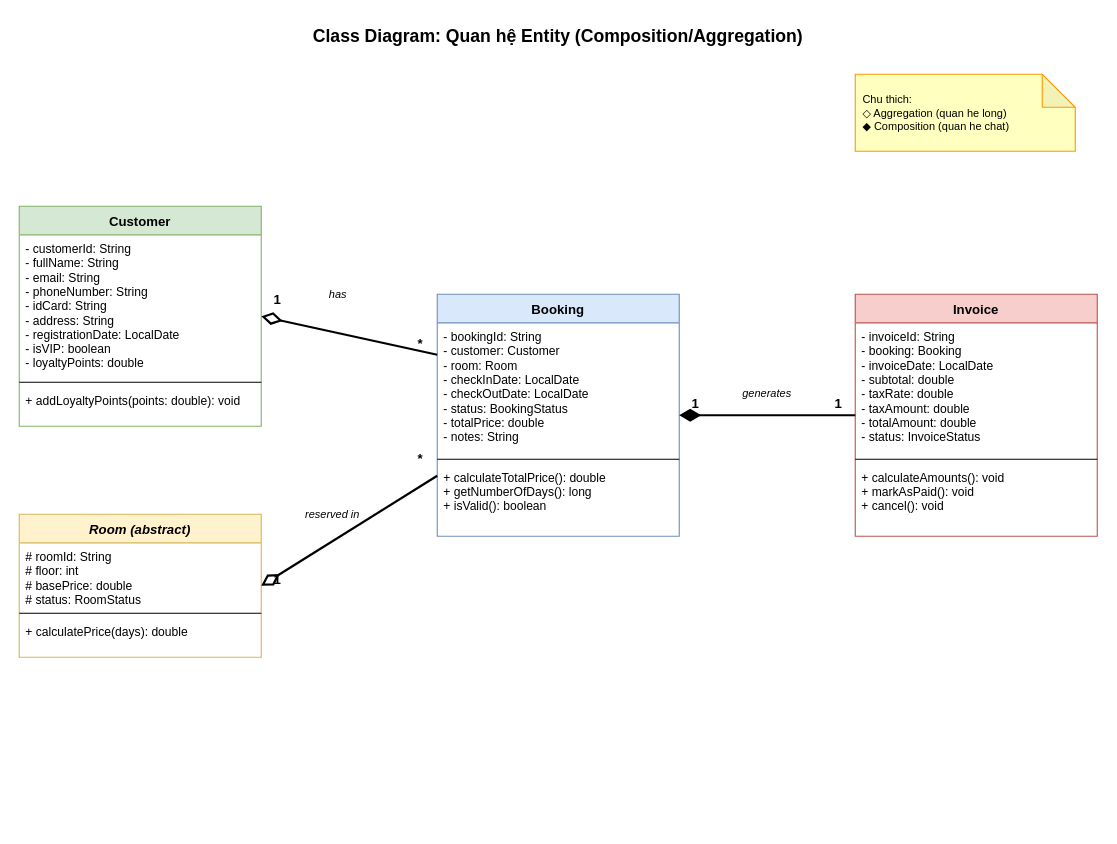
The draw.io diagram docs/diagrams/ClassDiagramEntity.drawio in IvanLyVodka11/hotel-management, before the edit. Source tidied: cells renumbered, new cells numbered last; positions are measured from the earlier drawing's top-left corner, leaving out a move shared by most shapes. Both pictures are drawn from the tidied source at 110%, with x=0, y=0 at pixel (19, 19).
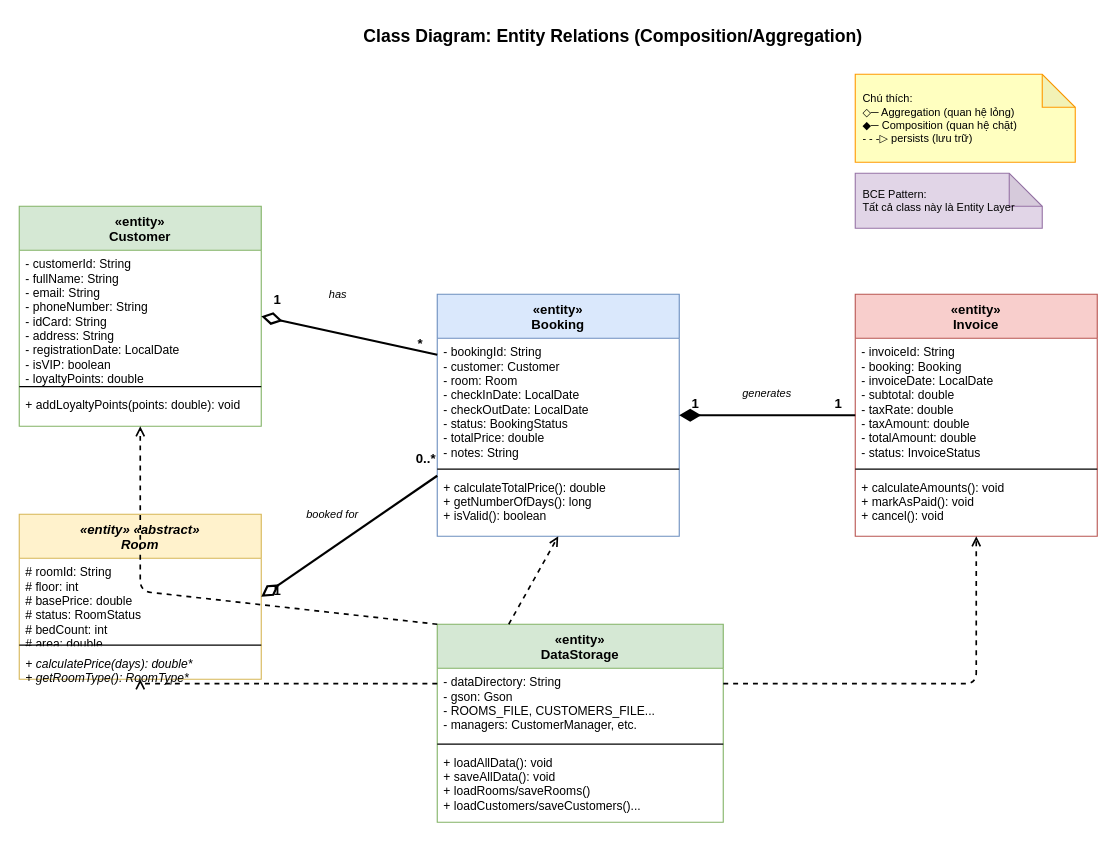
Above is the later version.

What changed in the source:
```diff
@@
-    <mxCell id="2" value="Class Diagram: Quan hệ Entity (Composition/Aggregation)" style="text;html=1;strokeColor=none;fillColor=none;align=center;verticalAlign=middle;whiteSpace=wrap;rounded=0;fontSize=16;fontStyle=1;" parent="1" vertex="1">
-      <mxGeometry x="240" width="500" height="30" as="geometry" />
+    <mxCell id="2" value="Class Diagram: Entity Relations (Composition/Aggregation)" style="text;html=1;strokeColor=none;fillColor=none;align=center;verticalAlign=middle;whiteSpace=wrap;rounded=0;fontSize=16;fontStyle=1;" parent="1" vertex="1">
+      <mxGeometry x="290" width="500" height="30" as="geometry" />
     </mxCell>
-    <mxCell id="3" value="Customer" style="swimlane;fontStyle=1;align=center;verticalAlign=top;horizontal=1;startSize=26;fillColor=#d5e8d4;strokeColor=#82b366;fontSize=12;" parent="1" vertex="1">
+    <mxCell id="3" value="«entity»&#10;Customer" style="swimlane;fontStyle=1;align=center;verticalAlign=top;horizontal=1;startSize=40;fillColor=#d5e8d4;strokeColor=#82b366;fontSize=12;" parent="1" vertex="1">
       <mxGeometry y="170" width="220" height="200" as="geometry" />
     </mxCell>
     <mxCell id="4" value="- customerId: String&#10;- fullName: String&#10;- email: String&#10;- phoneNumber: String&#10;- idCard: String&#10;- address: String&#10;- registrationDate: LocalDate&#10;- isVIP: boolean&#10;- loyaltyPoints: double" style="text;strokeColor=none;fillColor=none;align=left;verticalAlign=top;spacingLeft=4;spacingRight=4;overflow=hidden;fontSize=11;" parent="3" vertex="1">
-      <mxGeometry y="26" width="220" height="130" as="geometry" />
+      <mxGeometry y="40" width="220" height="120" as="geometry" />
     </mxCell>
     <mxCell id="5" style="line;strokeWidth=1;fillColor=none;align=left;verticalAlign=middle;spacingTop=-1;spacingLeft=3;spacingRight=3;labelPosition=right;" parent="3" vertex="1">
-      <mxGeometry y="156" width="220" height="8" as="geometry" />
+      <mxGeometry y="160" width="220" height="8" as="geometry" />
     </mxCell>
     <mxCell id="6" value="+ addLoyaltyPoints(points: double): void" style="text;strokeColor=none;fillColor=none;align=left;verticalAlign=top;spacingLeft=4;spacingRight=4;overflow=hidden;fontSize=11;" parent="3" vertex="1">
-      <mxGeometry y="164" width="220" height="36" as="geometry" />
+      <mxGeometry y="168" width="220" height="32" as="geometry" />
     </mxCell>
-    <mxCell id="7" value="Room (abstract)" style="swimlane;fontStyle=3;align=center;verticalAlign=top;horizontal=1;startSize=26;fillColor=#fff2cc;strokeColor=#d6b656;fontSize=12;" parent="1" vertex="1">
-      <mxGeometry y="450" width="220" height="130" as="geometry" />
+    <mxCell id="7" value="«entity» «abstract»&#10;Room" style="swimlane;fontStyle=3;align=center;verticalAlign=top;horizontal=1;startSize=40;fillColor=#fff2cc;strokeColor=#d6b656;fontSize=12;" parent="1" vertex="1">
+      <mxGeometry y="450" width="220" height="150" as="geometry" />
     </mxCell>
-    <mxCell id="8" value="# roomId: String&#10;# floor: int&#10;# basePrice: double&#10;# status: RoomStatus" style="text;strokeColor=none;fillColor=none;align=left;verticalAlign=top;spacingLeft=4;spacingRight=4;overflow=hidden;fontSize=11;" parent="7" vertex="1">
-      <mxGeometry y="26" width="220" height="60" as="geometry" />
+    <mxCell id="8" value="# roomId: String&#10;# floor: int&#10;# basePrice: double&#10;# status: RoomStatus&#10;# bedCount: int&#10;# area: double" style="text;strokeColor=none;fillColor=none;align=left;verticalAlign=top;spacingLeft=4;spacingRight=4;overflow=hidden;fontSize=11;" parent="7" vertex="1">
+      <mxGeometry y="40" width="220" height="75" as="geometry" />
     </mxCell>
     <mxCell id="9" style="line;strokeWidth=1;fillColor=none;align=left;verticalAlign=middle;spacingTop=-1;spacingLeft=3;spacingRight=3;labelPosition=right;" parent="7" vertex="1">
-      <mxGeometry y="86" width="220" height="8" as="geometry" />
+      <mxGeometry y="115" width="220" height="8" as="geometry" />
     </mxCell>
-    <mxCell id="10" value="+ calculatePrice(days): double" style="text;strokeColor=none;fillColor=none;align=left;verticalAlign=top;spacingLeft=4;spacingRight=4;overflow=hidden;fontSize=11;" parent="7" vertex="1">
-      <mxGeometry y="94" width="220" height="36" as="geometry" />
+    <mxCell id="10" value="+ calculatePrice(days): double*&#10;+ getRoomType(): RoomType*" style="text;strokeColor=none;fillColor=none;align=left;verticalAlign=top;spacingLeft=4;spacingRight=4;overflow=hidden;fontSize=11;fontStyle=2;" parent="7" vertex="1">
+      <mxGeometry y="123" width="220" height="27" as="geometry" />
     </mxCell>
-    <mxCell id="11" value="Booking" style="swimlane;fontStyle=1;align=center;verticalAlign=top;horizontal=1;startSize=26;fillColor=#dae8fc;strokeColor=#6c8ebf;fontSize=12;" parent="1" vertex="1">
+    <mxCell id="11" value="«entity»&#10;Booking" style="swimlane;fontStyle=1;align=center;verticalAlign=top;horizontal=1;startSize=40;fillColor=#dae8fc;strokeColor=#6c8ebf;fontSize=12;" parent="1" vertex="1">
       <mxGeometry x="380" y="250" width="220" height="220" as="geometry" />
     </mxCell>
     <mxCell id="12" value="- bookingId: String&#10;- customer: Customer&#10;- room: Room&#10;- checkInDate: LocalDate&#10;- checkOutDate: LocalDate&#10;- status: BookingStatus&#10;- totalPrice: double&#10;- notes: String" style="text;strokeColor=none;fillColor=none;align=left;verticalAlign=top;spacingLeft=4;spacingRight=4;overflow=hidden;fontSize=11;" parent="11" vertex="1">
-      <mxGeometry y="26" width="220" height="120" as="geometry" />
+      <mxGeometry y="40" width="220" height="115" as="geometry" />
     </mxCell>
     <mxCell id="13" style="line;strokeWidth=1;fillColor=none;align=left;verticalAlign=middle;spacingTop=-1;spacingLeft=3;spacingRight=3;labelPosition=right;" parent="11" vertex="1">
-      <mxGeometry y="146" width="220" height="8" as="geometry" />
+      <mxGeometry y="155" width="220" height="8" as="geometry" />
     </mxCell>
     <mxCell id="14" value="+ calculateTotalPrice(): double&#10;+ getNumberOfDays(): long&#10;+ isValid(): boolean" style="text;strokeColor=none;fillColor=none;align=left;verticalAlign=top;spacingLeft=4;spacingRight=4;overflow=hidden;fontSize=11;" parent="11" vertex="1">
-      <mxGeometry y="154" width="220" height="66" as="geometry" />
+      <mxGeometry y="163" width="220" height="57" as="geometry" />
     </mxCell>
-    <mxCell id="15" value="Invoice" style="swimlane;fontStyle=1;align=center;verticalAlign=top;horizontal=1;startSize=26;fillColor=#f8cecc;strokeColor=#b85450;fontSize=12;" parent="1" vertex="1">
+    <mxCell id="15" value="«entity»&#10;Invoice" style="swimlane;fontStyle=1;align=center;verticalAlign=top;horizontal=1;startSize=40;fillColor=#f8cecc;strokeColor=#b85450;fontSize=12;" parent="1" vertex="1">
       <mxGeometry x="760" y="250" width="220" height="220" as="geometry" />
     </mxCell>
     <mxCell id="16" value="- invoiceId: String&#10;- booking: Booking&#10;- invoiceDate: LocalDate&#10;- subtotal: double&#10;- taxRate: double&#10;- taxAmount: double&#10;- totalAmount: double&#10;- status: InvoiceStatus" style="text;strokeColor=none;fillColor=none;align=left;verticalAlign=top;spacingLeft=4;spacingRight=4;overflow=hidden;fontSize=11;" parent="15" vertex="1">
-      <mxGeometry y="26" width="220" height="120" as="geometry" />
+      <mxGeometry y="40" width="220" height="115" as="geometry" />
     </mxCell>
     <mxCell id="17" style="line;strokeWidth=1;fillColor=none;align=left;verticalAlign=middle;spacingTop=-1;spacingLeft=3;spacingRight=3;labelPosition=right;" parent="15" vertex="1">
-      <mxGeometry y="146" width="220" height="8" as="geometry" />
+      <mxGeometry y="155" width="220" height="8" as="geometry" />
     </mxCell>
     <mxCell id="18" value="+ calculateAmounts(): void&#10;+ markAsPaid(): void&#10;+ cancel(): void" style="text;strokeColor=none;fillColor=none;align=left;verticalAlign=top;spacingLeft=4;spacingRight=4;overflow=hidden;fontSize=11;" parent="15" vertex="1">
-      <mxGeometry y="154" width="220" height="66" as="geometry" />
+      <mxGeometry y="163" width="220" height="57" as="geometry" />
     </mxCell>
+    <mxCell id="32" value="«entity»&#10;DataStorage" style="swimlane;fontStyle=1;align=center;verticalAlign=top;horizontal=1;startSize=40;fillColor=#d5e8d4;strokeColor=#82b366;fontSize=12;" parent="1" vertex="1">
+      <mxGeometry x="380" y="550" width="260" height="180" as="geometry" />
+    </mxCell>
+    <mxCell id="33" value="- dataDirectory: String&#10;- gson: Gson&#10;- ROOMS_FILE, CUSTOMERS_FILE...&#10;- managers: CustomerManager, etc." style="text;strokeColor=none;fillColor=none;align=left;verticalAlign=top;spacingLeft=4;spacingRight=4;overflow=hidden;fontSize=11;" parent="32" vertex="1">
+      <mxGeometry y="40" width="260" height="65" as="geometry" />
+    </mxCell>
+    <mxCell id="34" style="line;strokeWidth=1;fillColor=none;align=left;verticalAlign=middle;spacingTop=-1;spacingLeft=3;spacingRight=3;labelPosition=right;" parent="32" vertex="1">
+      <mxGeometry y="105" width="260" height="8" as="geometry" />
+    </mxCell>
+    <mxCell id="35" value="+ loadAllData(): void&#10;+ saveAllData(): void&#10;+ loadRooms/saveRooms()&#10;+ loadCustomers/saveCustomers()..." style="text;strokeColor=none;fillColor=none;align=left;verticalAlign=top;spacingLeft=4;spacingRight=4;overflow=hidden;fontSize=11;" parent="32" vertex="1">
+      <mxGeometry y="113" width="260" height="67" as="geometry" />
+    </mxCell>
@@
     <mxCell id="24" value="1" style="text;html=1;strokeColor=none;fillColor=none;align=center;verticalAlign=middle;whiteSpace=wrap;rounded=0;fontSize=12;fontStyle=1;" parent="1" vertex="1">
-      <mxGeometry x="225" y="500" width="20" height="20" as="geometry" />
+      <mxGeometry x="225" y="510" width="20" height="20" as="geometry" />
     </mxCell>
-    <mxCell id="25" value="*" style="text;html=1;strokeColor=none;fillColor=none;align=center;verticalAlign=middle;whiteSpace=wrap;rounded=0;fontSize=12;fontStyle=1;" parent="1" vertex="1">
-      <mxGeometry x="355" y="390" width="20" height="20" as="geometry" />
+    <mxCell id="25" value="0..*" style="text;html=1;strokeColor=none;fillColor=none;align=center;verticalAlign=middle;whiteSpace=wrap;rounded=0;fontSize=12;fontStyle=1;" parent="1" vertex="1">
+      <mxGeometry x="355" y="390" width="30" height="20" as="geometry" />
     </mxCell>
-    <mxCell id="26" value="reserved in" style="text;html=1;strokeColor=none;fillColor=none;align=center;verticalAlign=middle;whiteSpace=wrap;rounded=0;fontSize=10;fontStyle=2;" parent="1" vertex="1">
+    <mxCell id="26" value="booked for" style="text;html=1;strokeColor=none;fillColor=none;align=center;verticalAlign=middle;whiteSpace=wrap;rounded=0;fontSize=10;fontStyle=2;" parent="1" vertex="1">
       <mxGeometry x="250" y="440" width="70" height="20" as="geometry" />
     </mxCell>
@@
+    <mxCell id="36" style="endArrow=open;endFill=0;dashed=1;html=1;strokeWidth=1.5;exitX=0;exitY=0.3;exitDx=0;exitDy=0;entryX=0.5;entryY=1;entryDx=0;entryDy=0;" parent="1" edge="1" source="32" target="7">
+      <mxGeometry relative="1" as="geometry">
+        <Array as="points">
+          <mxPoint x="110" y="604" />
+        </Array>
+      </mxGeometry>
+    </mxCell>
+    <mxCell id="37" style="endArrow=open;endFill=0;dashed=1;html=1;strokeWidth=1.5;exitX=0.25;exitY=0;exitDx=0;exitDy=0;entryX=0.5;entryY=1;entryDx=0;entryDy=0;" parent="1" edge="1" source="32" target="11">
+      <mxGeometry relative="1" as="geometry" />
+    </mxCell>
+    <mxCell id="38" style="endArrow=open;endFill=0;dashed=1;html=1;strokeWidth=1.5;exitX=1;exitY=0.3;exitDx=0;exitDy=0;entryX=0.5;entryY=1;entryDx=0;entryDy=0;" parent="1" edge="1" source="32" target="15">
+      <mxGeometry relative="1" as="geometry">
+        <Array as="points">
+          <mxPoint x="870" y="604" />
+        </Array>
+      </mxGeometry>
+    </mxCell>
+    <mxCell id="39" style="endArrow=open;endFill=0;dashed=1;html=1;strokeWidth=1.5;exitX=0;exitY=0;exitDx=0;exitDy=0;entryX=0.5;entryY=1;entryDx=0;entryDy=0;" parent="1" edge="1" source="32" target="3">
+      <mxGeometry relative="1" as="geometry">
+        <Array as="points">
+          <mxPoint x="110" y="520" />
+          <mxPoint x="110" y="390" />
+        </Array>
+      </mxGeometry>
+    </mxCell>
-    <mxCell id="31" value="Chu thich:&#10;◇ Aggregation (quan he long)&#10;◆ Composition (quan he chat)" style="shape=note;whiteSpace=wrap;html=1;backgroundOutline=1;darkOpacity=0.05;fillColor=#ffffc0;strokeColor=#ff9900;fontSize=10;align=left;spacingLeft=5;" parent="1" vertex="1">
-      <mxGeometry x="760" y="50" width="200" height="70" as="geometry" />
+    <mxCell id="31" value="Chú thích:&#10;◇─ Aggregation (quan hệ lỏng)&#10;◆─ Composition (quan hệ chặt)&#10;- - -▷ persists (lưu trữ)" style="shape=note;whiteSpace=wrap;html=1;backgroundOutline=1;darkOpacity=0.05;fillColor=#ffffc0;strokeColor=#ff9900;fontSize=10;align=left;spacingLeft=5;" parent="1" vertex="1">
+      <mxGeometry x="760" y="50" width="200" height="80" as="geometry" />
     </mxCell>
+    <mxCell id="40" value="BCE Pattern:&#10;Tất cả class này là Entity Layer" style="shape=note;whiteSpace=wrap;html=1;backgroundOutline=1;darkOpacity=0.05;fillColor=#e1d5e7;strokeColor=#9673a6;fontSize=10;align=left;spacingLeft=5;" parent="1" vertex="1">
+      <mxGeometry x="760" y="140" width="170" height="50" as="geometry" />
+    </mxCell>
```
